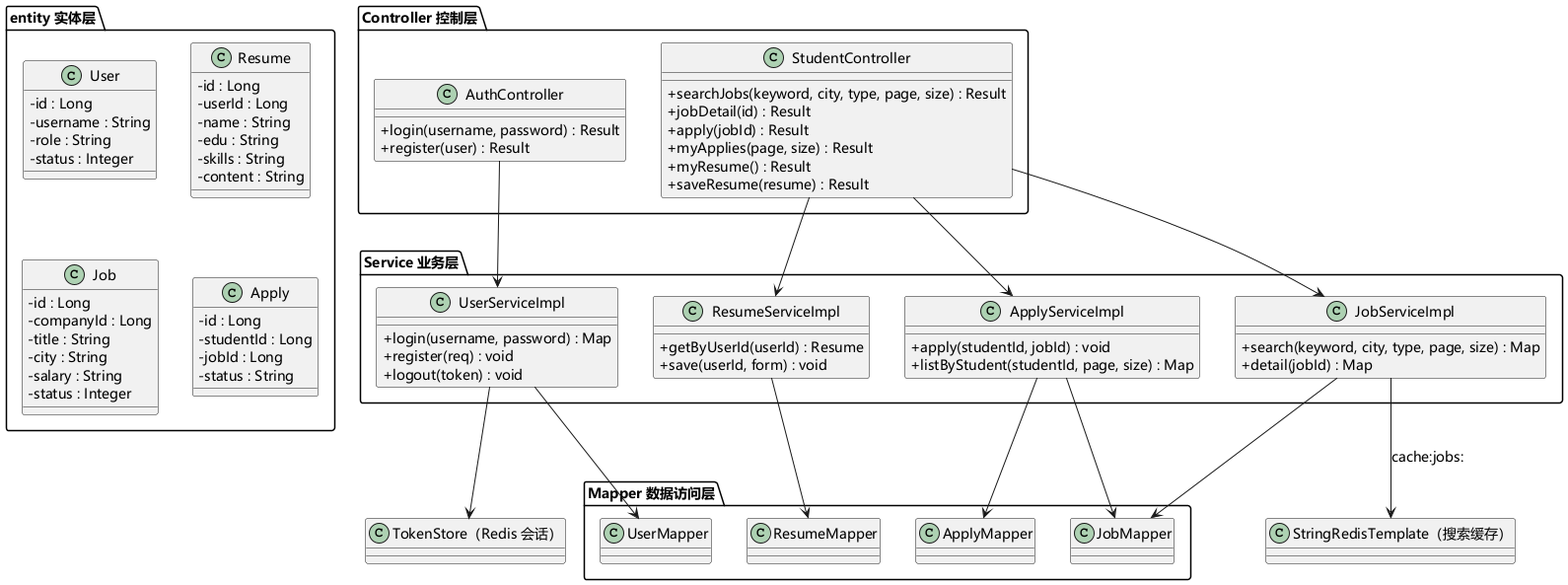
Before: uml/png/季磊/季磊-学生端设计类图.png, a diagram exported from PlantUML (sheep7-bot/recruit-internship-system). Its diagram source:
```plantuml
@startuml 季磊-学生端设计类图
skinparam defaultFontName "Microsoft YaHei"
skinparam classAttributeIconSize 0
skinparam defaultFontSize 14

package "Controller 控制层" {
  class AuthController {
    +login(username, password) : Result
    +register(user) : Result
  }
  class StudentController {
    +searchJobs(keyword, city, type, page, size) : Result
    +jobDetail(id) : Result
    +apply(jobId) : Result
    +myApplies(page, size) : Result
    +myResume() : Result
    +saveResume(resume) : Result
  }
}

package "Service 业务层" {
  class UserServiceImpl {
    +login(username, password) : Map
    +register(req) : void
    +logout(token) : void
  }
  class ResumeServiceImpl {
    +getByUserId(userId) : Resume
    +save(userId, form) : void
  }
  class JobServiceImpl {
    +search(keyword, city, type, page, size) : Map
    +detail(jobId) : Map
  }
  class ApplyServiceImpl {
    +apply(studentId, jobId) : void
    +listByStudent(studentId, page, size) : Map
  }
}

package "Mapper 数据访问层" {
  class UserMapper
  class ResumeMapper
  class JobMapper
  class ApplyMapper
}

package "entity 实体层" {
  class User {
    -id : Long
    -username : String
    -role : String
    -status : Integer
  }
  class Resume {
    -id : Long
    -userId : Long
    -name : String
    -edu : String
    -skills : String
    -content : String
  }
  class Job {
    -id : Long
    -companyId : Long
    -title : String
    -city : String
    -salary : String
    -status : Integer
  }
  class Apply {
    -id : Long
    -studentId : Long
    -jobId : Long
    -status : String
  }
}

class "TokenStore（Redis 会话）" as token
class "StringRedisTemplate（搜索缓存）" as redis

AuthController --> UserServiceImpl
StudentController --> JobServiceImpl
StudentController --> ApplyServiceImpl
StudentController --> ResumeServiceImpl

UserServiceImpl --> UserMapper
UserServiceImpl --> token
ResumeServiceImpl --> ResumeMapper
JobServiceImpl --> JobMapper
JobServiceImpl --> redis : cache:jobs:
ApplyServiceImpl --> ApplyMapper
ApplyServiceImpl --> JobMapper
@enduml
```
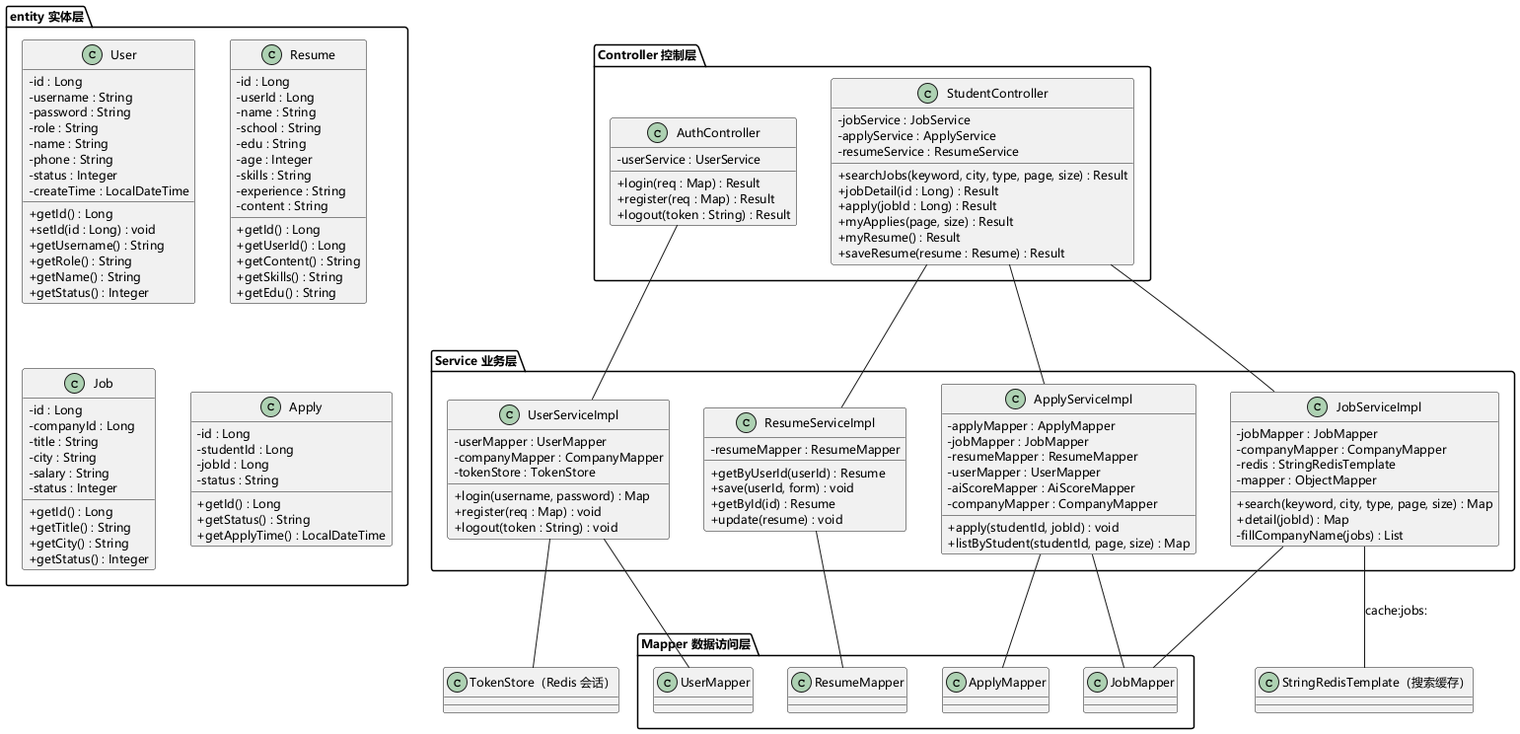
The same file after the commit.

Change to the diagram source:
```diff
@@ -1,38 +1,61 @@
 @startuml 季磊-学生端设计类图
 skinparam defaultFontName "Microsoft YaHei"
 skinparam classAttributeIconSize 0
-skinparam defaultFontSize 14
+skinparam defaultFontSize 12
+skinparam defaultFontSize 12
 
 package "Controller 控制层" {
-  class AuthController {
-    +login(username, password) : Result
-    +register(user) : Result
-  }
   class StudentController {
+    -jobService : JobService
+    -applyService : ApplyService
+    -resumeService : ResumeService
     +searchJobs(keyword, city, type, page, size) : Result
-    +jobDetail(id) : Result
-    +apply(jobId) : Result
+    +jobDetail(id : Long) : Result
+    +apply(jobId : Long) : Result
     +myApplies(page, size) : Result
     +myResume() : Result
-    +saveResume(resume) : Result
+    +saveResume(resume : Resume) : Result
+  }
+  class AuthController {
+    -userService : UserService
+    +login(req : Map) : Result
+    +register(req : Map) : Result
+    +logout(token : String) : Result
   }
 }
 
 package "Service 业务层" {
   class UserServiceImpl {
+    -userMapper : UserMapper
+    -companyMapper : CompanyMapper
+    -tokenStore : TokenStore
     +login(username, password) : Map
-    +register(req) : void
-    +logout(token) : void
+    +register(req : Map) : void
+    +logout(token : String) : void
   }
   class ResumeServiceImpl {
+    -resumeMapper : ResumeMapper
     +getByUserId(userId) : Resume
     +save(userId, form) : void
+    +getById(id) : Resume
+    +update(resume) : void
   }
   class JobServiceImpl {
+    -jobMapper : JobMapper
+    -companyMapper : CompanyMapper
+    -redis : StringRedisTemplate
+    -mapper : ObjectMapper
     +search(keyword, city, type, page, size) : Map
     +detail(jobId) : Map
+    -fillCompanyName(jobs) : List
   }
   class ApplyServiceImpl {
+    -applyMapper : ApplyMapper
+    -jobMapper : JobMapper
+    -resumeMapper : ResumeMapper
+    -userMapper : UserMapper
+    -aiScoreMapper : AiScoreMapper
+    -companyMapper : CompanyMapper
     +apply(studentId, jobId) : void
     +listByStudent(studentId, page, size) : Map
   }
@@ -49,16 +72,34 @@
   class User {
     -id : Long
     -username : String
+    -password : String
     -role : String
+    -name : String
+    -phone : String
     -status : Integer
+    -createTime : LocalDateTime
+    +getId() : Long
+    +setId(id : Long) : void
+    +getUsername() : String
+    +getRole() : String
+    +getName() : String
+    +getStatus() : Integer
   }
   class Resume {
     -id : Long
     -userId : Long
     -name : String
+    -school : String
     -edu : String
+    -age : Integer
     -skills : String
+    -experience : String
     -content : String
+    +getId() : Long
+    +getUserId() : Long
+    +getContent() : String
+    +getSkills() : String
+    +getEdu() : String
   }
   class Job {
     -id : Long
@@ -67,28 +108,35 @@
     -city : String
     -salary : String
     -status : Integer
+    +getId() : Long
+    +getTitle() : String
+    +getCity() : String
+    +getStatus() : Integer
   }
   class Apply {
     -id : Long
     -studentId : Long
     -jobId : Long
     -status : String
+    +getId() : Long
+    +getStatus() : String
+    +getApplyTime() : LocalDateTime
   }
 }
 
 class "TokenStore（Redis 会话）" as token
 class "StringRedisTemplate（搜索缓存）" as redis
 
-AuthController --> UserServiceImpl
-StudentController --> JobServiceImpl
-StudentController --> ApplyServiceImpl
-StudentController --> ResumeServiceImpl
+StudentController -- JobServiceImpl
+StudentController -- ApplyServiceImpl
+StudentController -- ResumeServiceImpl
+AuthController -- UserServiceImpl
 
-UserServiceImpl --> UserMapper
-UserServiceImpl --> token
-ResumeServiceImpl --> ResumeMapper
-JobServiceImpl --> JobMapper
-JobServiceImpl --> redis : cache:jobs:
-ApplyServiceImpl --> ApplyMapper
-ApplyServiceImpl --> JobMapper
+UserServiceImpl -- UserMapper
+UserServiceImpl -- token
+ResumeServiceImpl -- ResumeMapper
+JobServiceImpl -- JobMapper
+JobServiceImpl -- redis : cache:jobs:
+ApplyServiceImpl -- ApplyMapper
+ApplyServiceImpl -- JobMapper
 @enduml
```
